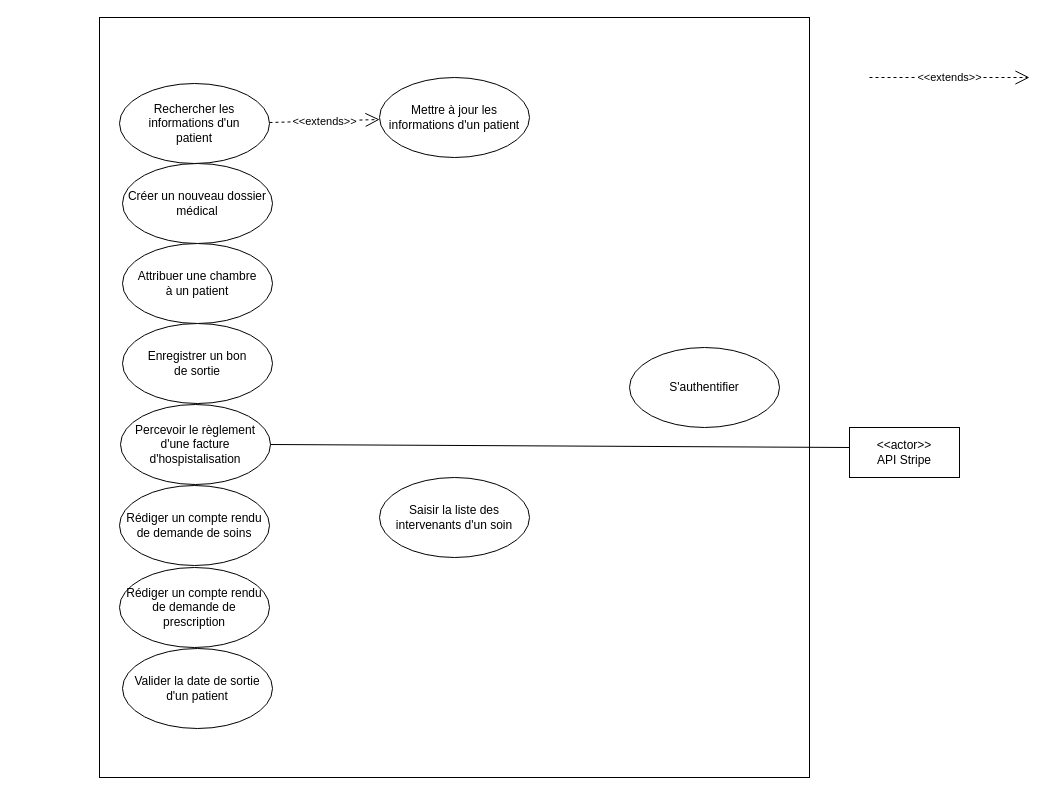
ewan-delanoy/uml_diagram keeps this draw.io diagram as tp_note.drawio. Above is the earlier version. Source tidied: cells renumbered, new cells numbered last; positions are measured from the earlier drawing's top-left corner, leaving out a move shared by most shapes. Both pictures are drawn from the tidied source at 100%, with x=0, y=0 at pixel (99, 17).
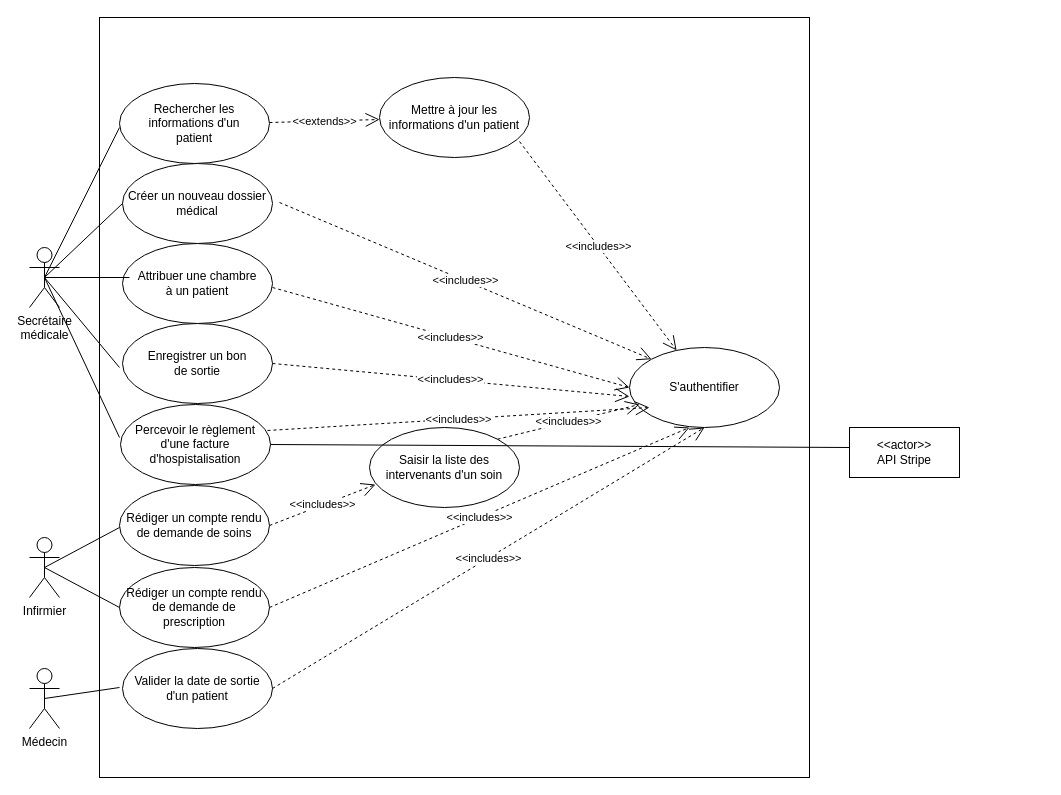
Above is the later version.

Commit message (it also covers changes not shown here):
Mettre à jour tp_note.drawio

The change refers to these unchanged cells:
```xml
<mxCell id="3" value="Rédiger un compte rendu de demande de prescription" style="ellipse;whiteSpace=wrap;html=1;" parent="1" vertex="1">
  <mxGeometry x="20" y="550" width="150" height="80" as="geometry" />
</mxCell>
<mxCell id="4" value="Rédiger un compte rendu de demande de soins" style="ellipse;whiteSpace=wrap;html=1;" parent="1" vertex="1">
  <mxGeometry x="20" y="468" width="150" height="80" as="geometry" />
</mxCell>
<mxCell id="5" value="Valider la date de sortie d'un patient" style="ellipse;whiteSpace=wrap;html=1;" parent="1" vertex="1">
  <mxGeometry x="23" y="631" width="150" height="80" as="geometry" />
</mxCell>
<mxCell id="6" value="Percevoir le règlement d'une facture d'hospistalisation" style="ellipse;whiteSpace=wrap;html=1;" parent="1" vertex="1">
  <mxGeometry x="21" y="387" width="150" height="80" as="geometry" />
</mxCell>
<mxCell id="7" value="&lt;div&gt;Enregistrer un bon &lt;br&gt;&lt;/div&gt;&lt;div&gt;de sortie&lt;/div&gt;" style="ellipse;whiteSpace=wrap;html=1;" parent="1" vertex="1">
  <mxGeometry x="23" y="306" width="150" height="80" as="geometry" />
</mxCell>
<mxCell id="9" value="Créer un nouveau dossier médical" style="ellipse;whiteSpace=wrap;html=1;" parent="1" vertex="1">
  <mxGeometry x="23" y="146" width="150" height="80" as="geometry" />
</mxCell>
<mxCell id="13" value="&lt;div&gt;S'authentifier&lt;/div&gt;" style="ellipse;whiteSpace=wrap;html=1;" parent="1" vertex="1">
  <mxGeometry x="530" y="330" width="150" height="80" as="geometry" />
</mxCell>
```

Diff of the diagram source:
```diff
@@
     <mxCell id="12" value="Saisir la liste des intervenants d'un soin" style="ellipse;whiteSpace=wrap;html=1;" parent="1" vertex="1">
-      <mxGeometry x="280" y="460" width="150" height="80" as="geometry" />
+      <mxGeometry x="270" y="410" width="150" height="80" as="geometry" />
     </mxCell>
@@
-    <mxCell id="17" value="&amp;lt;&amp;lt;extends&amp;gt;&amp;gt;" style="endArrow=open;endSize=12;dashed=1;html=1;rounded=0;" parent="1" edge="1">
-      <mxGeometry relative="1" as="geometry">
-        <mxPoint x="770" y="60" as="sourcePoint" />
-        <mxPoint x="930" y="60" as="targetPoint" />
-      </mxGeometry>
-    </mxCell>
+    <mxCell id="18" value="&amp;lt;&amp;lt;includes&amp;gt;&amp;gt;" style="endArrow=open;endSize=12;dashed=1;html=1;rounded=0;" parent="1" edge="1" target="13">
+      <mxGeometry relative="1" as="geometry">
+        <mxPoint x="420" y="124" as="sourcePoint" />
+      </mxGeometry>
+    </mxCell>
+    <mxCell id="19" value="&amp;lt;&amp;lt;includes&amp;gt;&amp;gt;" style="endArrow=open;endSize=12;dashed=1;html=1;rounded=0;entryX=0;entryY=0;entryDx=0;entryDy=0;" parent="1" edge="1" target="13">
+      <mxGeometry relative="1" as="geometry">
+        <mxPoint x="180" y="185" as="sourcePoint" />
+      </mxGeometry>
+    </mxCell>
+    <mxCell id="20" value="&amp;lt;&amp;lt;includes&amp;gt;&amp;gt;" style="endArrow=open;endSize=12;dashed=1;html=1;rounded=0;entryX=0;entryY=0.5;entryDx=0;entryDy=0;" parent="1" edge="1" target="13">
+      <mxGeometry relative="1" as="geometry">
+        <mxPoint x="173" y="270" as="sourcePoint" />
+      </mxGeometry>
+    </mxCell>
+    <mxCell id="21" value="&amp;lt;&amp;lt;includes&amp;gt;&amp;gt;" style="endArrow=open;endSize=12;dashed=1;html=1;rounded=0;exitX=1;exitY=0.5;exitDx=0;exitDy=0;" parent="1" edge="1" source="7">
+      <mxGeometry relative="1" as="geometry">
+        <mxPoint x="530" y="379" as="targetPoint" />
+      </mxGeometry>
+    </mxCell>
+    <mxCell id="22" value="&amp;lt;&amp;lt;includes&amp;gt;&amp;gt;" style="endArrow=open;endSize=12;dashed=1;html=1;rounded=0;exitX=0.98;exitY=0.325;exitDx=0;exitDy=0;exitPerimeter=0;" parent="1" edge="1" source="6">
+      <mxGeometry relative="1" as="geometry">
+        <mxPoint x="550" y="390" as="targetPoint" />
+      </mxGeometry>
+    </mxCell>
+    <mxCell id="23" value="&amp;lt;&amp;lt;includes&amp;gt;&amp;gt;" style="endArrow=open;endSize=12;dashed=1;html=1;rounded=0;exitX=1;exitY=0.5;exitDx=0;exitDy=0;entryX=0.04;entryY=0.713;entryDx=0;entryDy=0;entryPerimeter=0;" parent="1" edge="1" source="4" target="12">
+      <mxGeometry relative="1" as="geometry" />
+    </mxCell>
+    <mxCell id="24" value="&amp;lt;&amp;lt;includes&amp;gt;&amp;gt;" style="endArrow=open;endSize=12;dashed=1;html=1;rounded=0;exitX=1;exitY=0;exitDx=0;exitDy=0;" parent="1" edge="1" source="12">
+      <mxGeometry relative="1" as="geometry">
+        <mxPoint x="540" y="387" as="targetPoint" />
+      </mxGeometry>
+    </mxCell>
+    <mxCell id="25" value="&amp;lt;&amp;lt;includes&amp;gt;&amp;gt;" style="endArrow=open;endSize=12;dashed=1;html=1;rounded=0;exitX=1;exitY=0.5;exitDx=0;exitDy=0;" parent="1" edge="1" source="3">
+      <mxGeometry relative="1" as="geometry">
+        <mxPoint x="590" y="410" as="targetPoint" />
+      </mxGeometry>
+    </mxCell>
+    <mxCell id="26" value="&amp;lt;&amp;lt;includes&amp;gt;&amp;gt;" style="endArrow=open;endSize=12;dashed=1;html=1;rounded=0;entryX=0.5;entryY=1;entryDx=0;entryDy=0;exitX=1;exitY=0.5;exitDx=0;exitDy=0;" parent="1" edge="1" source="5" target="13">
+      <mxGeometry relative="1" as="geometry" />
+    </mxCell>
+    <mxCell id="27" value="&lt;div&gt;Secrétaire&lt;/div&gt;&lt;div&gt;médicale&lt;br&gt;&lt;/div&gt;" style="shape=umlActor;verticalLabelPosition=bottom;verticalAlign=top;html=1;" parent="1" vertex="1">
+      <mxGeometry x="-70" y="230" width="30" height="60" as="geometry" />
+    </mxCell>
+    <mxCell id="28" value="Infirmier" style="shape=umlActor;verticalLabelPosition=bottom;verticalAlign=top;html=1;" parent="1" vertex="1">
+      <mxGeometry x="-70" y="520" width="30" height="60" as="geometry" />
+    </mxCell>
+    <mxCell id="29" value="Médecin" style="shape=umlActor;verticalLabelPosition=bottom;verticalAlign=top;html=1;" parent="1" vertex="1">
+      <mxGeometry x="-70" y="651" width="30" height="60" as="geometry" />
+    </mxCell>
+    <mxCell id="30" style="endArrow=none;html=1;rounded=0;exitX=0.5;exitY=0.5;exitDx=0;exitDy=0;exitPerimeter=0;" parent="1" edge="1" source="27">
+      <mxGeometry relative="1" as="geometry">
+        <mxPoint x="20" y="110" as="targetPoint" />
+      </mxGeometry>
+    </mxCell>
+    <mxCell id="31" style="endArrow=none;html=1;rounded=0;exitX=0.5;exitY=0.5;exitDx=0;exitDy=0;exitPerimeter=0;entryX=0;entryY=0.5;entryDx=0;entryDy=0;" parent="1" edge="1" source="27" target="9">
+      <mxGeometry relative="1" as="geometry" />
+    </mxCell>
+    <mxCell id="32" style="endArrow=none;html=1;rounded=0;exitX=0.5;exitY=0.5;exitDx=0;exitDy=0;exitPerimeter=0;" parent="1" edge="1" source="27">
+      <mxGeometry relative="1" as="geometry">
+        <mxPoint x="30" y="260" as="targetPoint" />
+      </mxGeometry>
+    </mxCell>
+    <mxCell id="33" style="endArrow=none;html=1;rounded=0;exitX=0.5;exitY=0.5;exitDx=0;exitDy=0;exitPerimeter=0;" parent="1" edge="1" source="27">
+      <mxGeometry relative="1" as="geometry">
+        <mxPoint x="20" y="350" as="targetPoint" />
+      </mxGeometry>
+    </mxCell>
+    <mxCell id="34" style="endArrow=none;html=1;rounded=0;exitX=0.5;exitY=0.5;exitDx=0;exitDy=0;exitPerimeter=0;" parent="1" edge="1" source="27">
+      <mxGeometry relative="1" as="geometry">
+        <mxPoint x="20" y="420" as="targetPoint" />
+      </mxGeometry>
+    </mxCell>
+    <mxCell id="35" style="endArrow=none;html=1;rounded=0;exitX=0.5;exitY=0.5;exitDx=0;exitDy=0;exitPerimeter=0;" parent="1" edge="1" source="28">
+      <mxGeometry relative="1" as="geometry">
+        <mxPoint x="20" y="510" as="targetPoint" />
+      </mxGeometry>
+    </mxCell>
+    <mxCell id="36" style="endArrow=none;html=1;rounded=0;exitX=0.5;exitY=0.5;exitDx=0;exitDy=0;exitPerimeter=0;" parent="1" edge="1" source="28">
+      <mxGeometry relative="1" as="geometry">
+        <mxPoint x="20" y="590" as="targetPoint" />
+      </mxGeometry>
+    </mxCell>
+    <mxCell id="37" style="endArrow=none;html=1;rounded=0;exitX=0.5;exitY=0.5;exitDx=0;exitDy=0;exitPerimeter=0;" parent="1" edge="1" source="29">
+      <mxGeometry relative="1" as="geometry">
+        <mxPoint x="20" y="670" as="targetPoint" />
+      </mxGeometry>
+    </mxCell>
```
